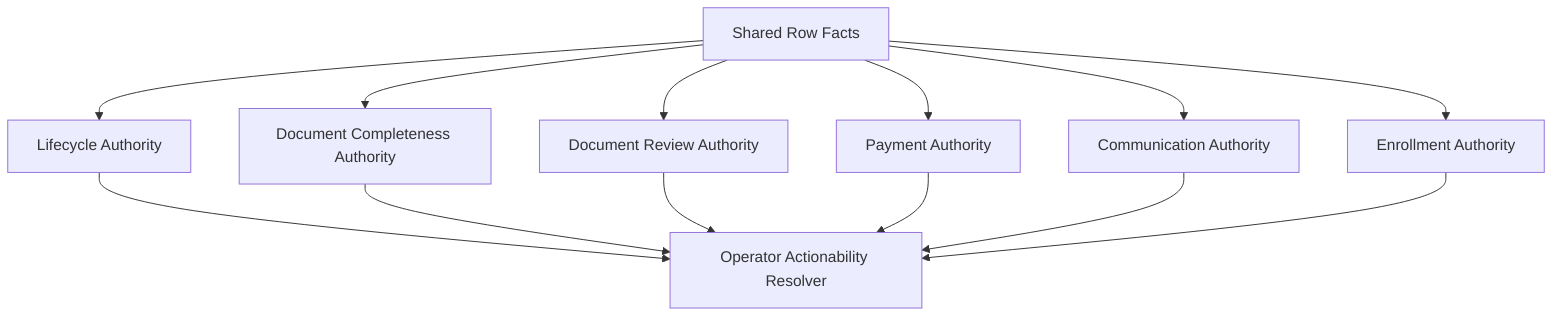
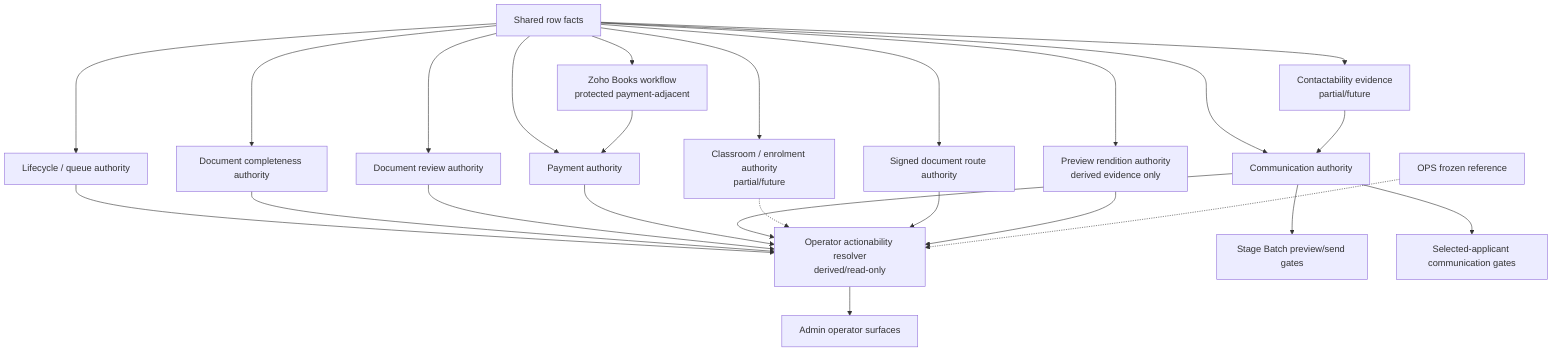
flowchart TD
-   A[Shared Row Facts] --> B[Lifecycle Authority]
-   A --> C[Document Completeness Authority]
-   A --> D[Document Review Authority]
-   A --> E[Payment Authority]
-   A --> F[Communication Authority]
-   A --> G[Enrollment Authority]
-   B --> H[Operator Actionability Resolver]
+   A["Shared row facts"] --> B["Lifecycle / queue authority"]
+   A --> C["Document completeness authority"]
+   A --> D["Document review authority"]
+   A --> E["Payment authority"]
+   A --> F["Communication authority"]
+   A --> G["Classroom / enrolment authority<br/>partial/future"]
+   A --> I["Signed document route authority"]
+   A --> J["Preview rendition authority<br/>derived evidence only"]
+   A --> K["Zoho Books workflow<br/>protected payment-adjacent"]
+   A --> L["Contactability evidence<br/>partial/future"]
+ 
+   B --> H["Operator actionability resolver<br/>derived/read-only"]
  C --> H
  D --> H
  E --> H
  F --> H
-   G --> H
+   G -.-> H
+   I --> H
+   J --> H
+   K --> E
+   L --> F

+   H --> M["Admin operator surfaces"]
+   F --> N["Stage Batch preview/send gates"]
+   F --> O["Selected-applicant communication gates"]
+   P["OPS frozen reference"] -.-> H
